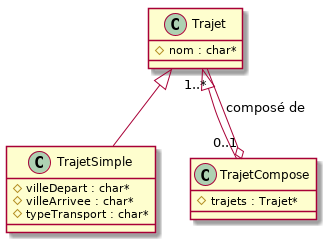
LogarithmeNeper/CPP_TP2 keeps this PlantUML diagram as diagram.png. Above is the earlier version.
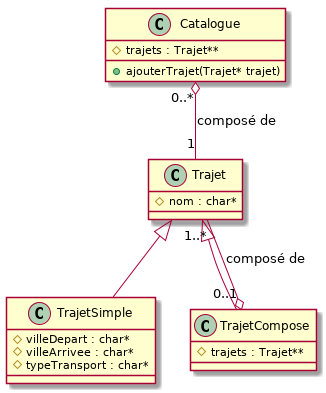
Above is the later version.

Commit message:
feat/Mise à jour du diagramme UML

Diff of the diagram source:
```diff
@@ -1,4 +1,9 @@
 @startuml
+
+class Catalogue {
+  #trajets : Trajet**
+  +ajouterTrajet(Trajet* trajet)
+}
 
 class Trajet {
   #nom : char*
@@ -11,8 +16,10 @@
 }
 
 class TrajetCompose extends Trajet  {
-  #trajets : Trajet*
+  #trajets : Trajet**
 }
+
+Catalogue "0..*" o-- "1" Trajet : "composé de"
 
 TrajetCompose "0..1" o-- "1..*" Trajet : "composé de"
 
```
